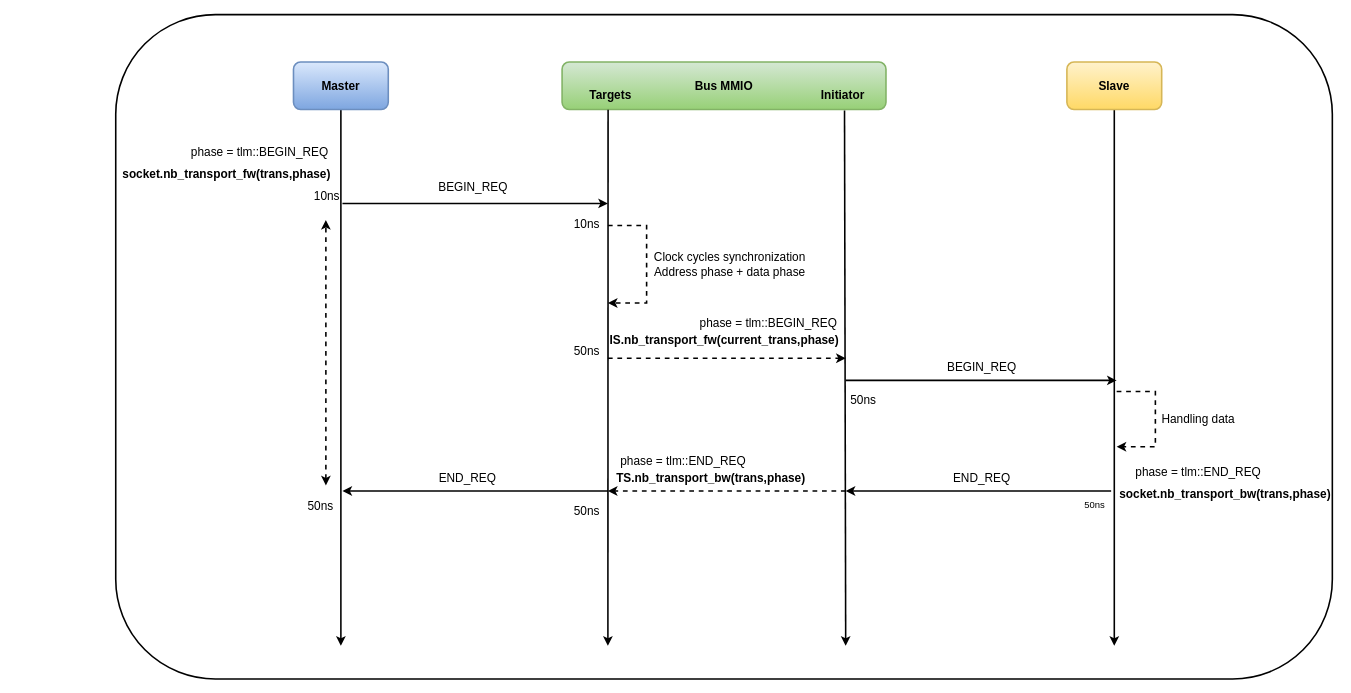
Before: page "BusMMIOAT2Phases" (2 of 7) of docs/OverviewDesign/SystemCDesign.drawio in Winxkin/SystemCDemo, a draw.io diagram. Source tidied: cells renumbered, new cells numbered last; positions are measured from the earlier drawing's top-left corner, leaving out a move shared by most shapes. Both pictures are drawn from the tidied source at 79%, with x=0, y=0 at pixel (115, 14).
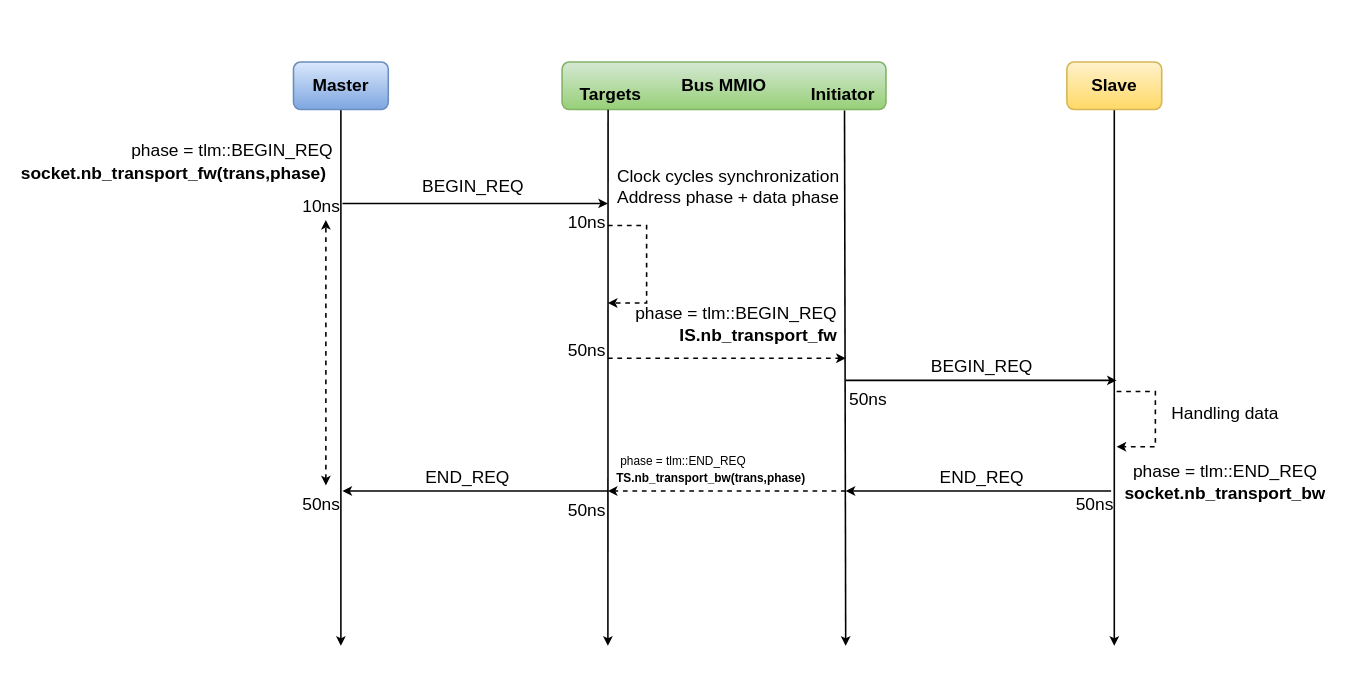
Above is the later version.

Commit message (it also covers changes not shown here):
update BUS MMIO Design specification document

The edit, as a diff of the source:
```diff
@@
-    <mxCell id="2" style="rounded=1;whiteSpace=wrap;html=1;strokeWidth=2;fillColor=default;" parent="1" vertex="1">
-      <mxGeometry width="1540" height="841" as="geometry" />
-    </mxCell>
@@
-    <mxCell id="4" value="&lt;b&gt;&lt;font style=&quot;font-size: 15px;&quot;&gt;Master&lt;/font&gt;&lt;/b&gt;" style="rounded=1;whiteSpace=wrap;html=1;fillColor=#dae8fc;gradientColor=#7ea6e0;strokeColor=#6c8ebf;strokeWidth=2;" parent="1" vertex="1">
+    <mxCell id="4" value="&lt;b&gt;&lt;font style=&quot;font-size: 22px;&quot;&gt;Master&lt;/font&gt;&lt;/b&gt;" style="rounded=1;whiteSpace=wrap;html=1;fillColor=#dae8fc;gradientColor=#7ea6e0;strokeColor=#6c8ebf;strokeWidth=2;" parent="1" vertex="1">
       <mxGeometry x="225" y="60" width="120" height="60" as="geometry" />
     </mxCell>
-    <mxCell id="5" value="&lt;b&gt;&lt;font style=&quot;font-size: 15px;&quot;&gt;Bus MMIO&lt;/font&gt;&lt;/b&gt;" style="rounded=1;whiteSpace=wrap;html=1;fillColor=#d5e8d4;strokeColor=#82b366;gradientColor=#97d077;strokeWidth=2;" parent="1" vertex="1">
+    <mxCell id="5" value="&lt;b&gt;&lt;font style=&quot;font-size: 22px;&quot;&gt;Bus MMIO&lt;/font&gt;&lt;/b&gt;" style="rounded=1;whiteSpace=wrap;html=1;fillColor=#d5e8d4;strokeColor=#82b366;gradientColor=#97d077;strokeWidth=2;" parent="1" vertex="1">
       <mxGeometry x="565" y="60" width="410" height="60" as="geometry" />
     </mxCell>
@@
-    <mxCell id="7" value="&lt;b&gt;&lt;font style=&quot;font-size: 15px;&quot;&gt;Slave&lt;/font&gt;&lt;/b&gt;" style="rounded=1;whiteSpace=wrap;html=1;fillColor=#fff2cc;gradientColor=#ffd966;strokeColor=#d6b656;strokeWidth=2;" parent="1" vertex="1">
+    <mxCell id="7" value="&lt;b&gt;&lt;font style=&quot;font-size: 22px;&quot;&gt;Slave&lt;/font&gt;&lt;/b&gt;" style="rounded=1;whiteSpace=wrap;html=1;fillColor=#fff2cc;gradientColor=#ffd966;strokeColor=#d6b656;strokeWidth=2;" parent="1" vertex="1">
       <mxGeometry x="1204" y="60" width="120" height="60" as="geometry" />
     </mxCell>
-    <mxCell id="8" value="&lt;b&gt;&lt;font style=&quot;font-size: 15px;&quot;&gt;Targets&lt;/font&gt;&lt;/b&gt;" style="text;html=1;align=center;verticalAlign=middle;strokeColor=none;fillColor=none;strokeWidth=2;" parent="1" vertex="1">
-      <mxGeometry x="591" y="83" width="70" height="35" as="geometry" />
+    <mxCell id="8" value="&lt;b&gt;&lt;font style=&quot;font-size: 22px;&quot;&gt;Targets&lt;/font&gt;&lt;/b&gt;" style="text;html=1;align=center;verticalAlign=middle;strokeColor=none;fillColor=none;strokeWidth=2;" parent="1" vertex="1">
+      <mxGeometry x="578" y="82" width="96" height="38" as="geometry" />
     </mxCell>
-    <mxCell id="9" value="&lt;b&gt;&lt;font style=&quot;font-size: 15px;&quot;&gt;Initiator&lt;/font&gt;&lt;/b&gt;" style="text;html=1;align=center;verticalAlign=middle;strokeColor=none;fillColor=none;strokeWidth=2;" parent="1" vertex="1">
-      <mxGeometry x="881" y="83" width="77" height="35" as="geometry" />
+    <mxCell id="9" value="&lt;b&gt;&lt;font style=&quot;font-size: 22px;&quot;&gt;Initiator&lt;/font&gt;&lt;/b&gt;" style="text;html=1;align=center;verticalAlign=middle;strokeColor=none;fillColor=none;strokeWidth=2;" parent="1" vertex="1">
+      <mxGeometry x="870" y="82" width="99" height="38" as="geometry" />
     </mxCell>
@@
-    <mxCell id="12" value="&lt;b&gt;&lt;font style=&quot;font-size: 15px;&quot;&gt;socket.nb_transport_fw(trans,phase)&lt;/font&gt;&lt;/b&gt;" style="text;html=1;align=center;verticalAlign=middle;strokeColor=none;fillColor=none;strokeWidth=2;" parent="1" vertex="1">
-      <mxGeometry x="-0.5" y="183" width="280" height="35" as="geometry" />
+    <mxCell id="12" value="&lt;b&gt;&lt;font style=&quot;font-size: 22px;&quot;&gt;socket.nb_transport_fw(trans,phase)&lt;/font&gt;&lt;/b&gt;" style="text;html=1;align=center;verticalAlign=middle;strokeColor=none;fillColor=none;strokeWidth=2;" parent="1" vertex="1">
+      <mxGeometry x="-129" y="182" width="404" height="38" as="geometry" />
     </mxCell>
-    <mxCell id="13" value="&lt;font style=&quot;font-size: 15px;&quot;&gt;phase = tlm::BEGIN_REQ&lt;/font&gt;" style="text;html=1;align=center;verticalAlign=middle;strokeColor=none;fillColor=none;strokeWidth=2;" parent="1" vertex="1">
-      <mxGeometry x="84" y="155" width="196" height="35" as="geometry" />
+    <mxCell id="13" value="&lt;font style=&quot;font-size: 22px;&quot;&gt;phase = tlm::BEGIN_REQ&lt;/font&gt;" style="text;html=1;align=center;verticalAlign=middle;strokeColor=none;fillColor=none;strokeWidth=2;" parent="1" vertex="1">
+      <mxGeometry x="10.5" y="153" width="273" height="38" as="geometry" />
     </mxCell>
@@
-    <mxCell id="15" value="&lt;font style=&quot;font-size: 15px;&quot;&gt;BEGIN_REQ&lt;/font&gt;" style="text;html=1;align=center;verticalAlign=middle;strokeColor=none;fillColor=none;strokeWidth=2;" parent="1" vertex="1">
-      <mxGeometry x="399" y="200" width="105" height="35" as="geometry" />
+    <mxCell id="15" value="&lt;font style=&quot;font-size: 22px;&quot;&gt;BEGIN_REQ&lt;/font&gt;" style="text;html=1;align=center;verticalAlign=middle;strokeColor=none;fillColor=none;strokeWidth=2;" parent="1" vertex="1">
+      <mxGeometry x="379" y="199" width="146" height="38" as="geometry" />
     </mxCell>
@@
-    <mxCell id="17" value="&lt;font style=&quot;font-size: 15px;&quot;&gt;Clock cycles synchronization&lt;/font&gt;&lt;div style=&quot;font-size: 15px;&quot;&gt;&lt;font style=&quot;font-size: 15px;&quot;&gt;Address phase + data phase&lt;/font&gt;&lt;/div&gt;" style="text;html=1;align=center;verticalAlign=middle;strokeColor=none;fillColor=none;strokeWidth=2;" parent="1" vertex="1">
-      <mxGeometry x="672" y="288" width="210" height="56" as="geometry" />
+    <mxCell id="17" value="&lt;font style=&quot;font-size: 22px;&quot;&gt;Clock cycles synchronization&lt;/font&gt;&lt;div style=&quot;font-size: 22px;&quot;&gt;&lt;font style=&quot;font-size: 22px;&quot;&gt;Address phase + data phase&lt;/font&gt;&lt;/div&gt;" style="text;html=1;align=center;verticalAlign=middle;strokeColor=none;fillColor=none;strokeWidth=2;" parent="1" vertex="1">
+      <mxGeometry x="625" y="185.5" width="299" height="65" as="geometry" />
     </mxCell>
@@
-    <mxCell id="19" value="&lt;b&gt;&lt;font style=&quot;font-size: 15px;&quot;&gt;IS.nb_transport_fw(current_trans,phase)&lt;/font&gt;&lt;/b&gt;" style="text;html=1;align=center;verticalAlign=middle;strokeColor=none;fillColor=none;strokeWidth=2;" parent="1" vertex="1">
-      <mxGeometry x="616" y="393" width="308" height="35" as="geometry" />
+    <mxCell id="19" value="&lt;b&gt;&lt;font style=&quot;font-size: 22px;&quot;&gt;IS.nb_transport_fw&lt;/font&gt;&lt;/b&gt;" style="text;html=1;align=center;verticalAlign=middle;strokeColor=none;fillColor=none;strokeWidth=2;" parent="1" vertex="1">
+      <mxGeometry x="704" y="386" width="217" height="42" as="geometry" />
     </mxCell>
-    <mxCell id="20" value="&lt;font style=&quot;font-size: 15px;&quot;&gt;phase = tlm::BEGIN_REQ&lt;/font&gt;" style="text;html=1;align=center;verticalAlign=middle;strokeColor=none;fillColor=none;strokeWidth=2;" parent="1" vertex="1">
-      <mxGeometry x="728" y="372" width="196" height="35" as="geometry" />
+    <mxCell id="20" value="&lt;font style=&quot;font-size: 22px;&quot;&gt;phase = tlm::BEGIN_REQ&lt;/font&gt;" style="text;html=1;align=center;verticalAlign=middle;strokeColor=none;fillColor=none;strokeWidth=2;" parent="1" vertex="1">
+      <mxGeometry x="648" y="358" width="273" height="42" as="geometry" />
     </mxCell>
@@
-    <mxCell id="22" value="&lt;font style=&quot;font-size: 15px;&quot;&gt;BEGIN_REQ&lt;/font&gt;" style="text;html=1;align=center;verticalAlign=middle;strokeColor=none;fillColor=none;strokeWidth=2;" parent="1" vertex="1">
-      <mxGeometry x="1043" y="428" width="105" height="35" as="geometry" />
+    <mxCell id="22" value="&lt;font style=&quot;font-size: 22px;&quot;&gt;BEGIN_REQ&lt;/font&gt;" style="text;html=1;align=center;verticalAlign=middle;strokeColor=none;fillColor=none;strokeWidth=2;" parent="1" vertex="1">
+      <mxGeometry x="1022" y="425" width="147" height="42" as="geometry" />
     </mxCell>
@@
-    <mxCell id="24" value="&lt;font style=&quot;font-size: 15px;&quot;&gt;Handling data&lt;/font&gt;" style="text;html=1;align=center;verticalAlign=middle;strokeColor=none;fillColor=none;strokeWidth=2;" parent="1" vertex="1">
-      <mxGeometry x="1314" y="494" width="112" height="35" as="geometry" />
+    <mxCell id="24" value="&lt;font style=&quot;font-size: 22px;&quot;&gt;Handling data&lt;/font&gt;" style="text;html=1;align=center;verticalAlign=middle;strokeColor=none;fillColor=none;strokeWidth=2;" parent="1" vertex="1">
+      <mxGeometry x="1326.5" y="484" width="154" height="42" as="geometry" />
     </mxCell>
@@
-    <mxCell id="26" value="&lt;b&gt;&lt;font style=&quot;font-size: 15px;&quot;&gt;socket.nb_transport_bw(trans,phase)&lt;/font&gt;&lt;/b&gt;" style="text;html=1;align=center;verticalAlign=middle;strokeColor=none;fillColor=none;strokeWidth=2;" parent="1" vertex="1">
-      <mxGeometry x="1260" y="589" width="287" height="35" as="geometry" />
+    <mxCell id="26" value="&lt;b&gt;&lt;font style=&quot;font-size: 22px;&quot;&gt;socket.nb_transport_bw&lt;/font&gt;&lt;/b&gt;" style="text;html=1;align=center;verticalAlign=middle;strokeColor=none;fillColor=none;strokeWidth=2;" parent="1" vertex="1">
+      <mxGeometry x="1267" y="586" width="273" height="42" as="geometry" />
     </mxCell>
-    <mxCell id="27" value="&lt;font style=&quot;font-size: 15px;&quot;&gt;phase = tlm::END_REQ&lt;/font&gt;" style="text;html=1;align=center;verticalAlign=middle;strokeColor=none;fillColor=none;strokeWidth=2;" parent="1" vertex="1">
-      <mxGeometry x="1282" y="561" width="175" height="35" as="geometry" />
+    <mxCell id="27" value="&lt;font style=&quot;font-size: 22px;&quot;&gt;phase = tlm::END_REQ&lt;/font&gt;" style="text;html=1;align=center;verticalAlign=middle;strokeColor=none;fillColor=none;strokeWidth=2;" parent="1" vertex="1">
+      <mxGeometry x="1277.5" y="558" width="252" height="42" as="geometry" />
     </mxCell>
-    <mxCell id="28" value="&lt;font style=&quot;font-size: 15px;&quot;&gt;END_REQ&lt;/font&gt;" style="text;html=1;align=center;verticalAlign=middle;strokeColor=none;fillColor=none;strokeWidth=2;" parent="1" vertex="1">
-      <mxGeometry x="1050" y="568" width="91" height="35" as="geometry" />
+    <mxCell id="28" value="&lt;font style=&quot;font-size: 22px;&quot;&gt;END_REQ&lt;/font&gt;" style="text;html=1;align=center;verticalAlign=middle;strokeColor=none;fillColor=none;strokeWidth=2;" parent="1" vertex="1">
+      <mxGeometry x="1033" y="565" width="126" height="42" as="geometry" />
     </mxCell>
@@
-    <mxCell id="33" value="&lt;font style=&quot;font-size: 15px;&quot;&gt;END_REQ&lt;/font&gt;" style="text;html=1;align=center;verticalAlign=middle;strokeColor=none;fillColor=none;strokeWidth=2;" parent="1" vertex="1">
-      <mxGeometry x="399" y="568" width="91" height="35" as="geometry" />
+    <mxCell id="33" value="&lt;font style=&quot;font-size: 22px;&quot;&gt;END_REQ&lt;/font&gt;" style="text;html=1;align=center;verticalAlign=middle;strokeColor=none;fillColor=none;strokeWidth=2;" parent="1" vertex="1">
+      <mxGeometry x="383" y="567" width="124" height="38" as="geometry" />
     </mxCell>
-    <mxCell id="34" value="&lt;font style=&quot;font-size: 15px;&quot;&gt;10ns&lt;/font&gt;" style="text;html=1;align=center;verticalAlign=middle;strokeColor=none;fillColor=none;strokeWidth=2;" parent="1" vertex="1">
-      <mxGeometry x="242" y="211" width="49" height="35" as="geometry" />
+    <mxCell id="34" value="&lt;font style=&quot;font-size: 22px;&quot;&gt;10ns&lt;/font&gt;" style="text;html=1;align=center;verticalAlign=middle;strokeColor=none;fillColor=none;strokeWidth=2;" parent="1" vertex="1">
+      <mxGeometry x="226.5" y="224" width="66" height="38" as="geometry" />
     </mxCell>
-    <mxCell id="35" value="&lt;font style=&quot;font-size: 15px;&quot;&gt;10ns&lt;/font&gt;" style="text;html=1;align=center;verticalAlign=middle;strokeColor=none;fillColor=none;strokeWidth=2;" parent="1" vertex="1">
-      <mxGeometry x="571" y="246" width="49" height="35" as="geometry" />
+    <mxCell id="35" value="&lt;font style=&quot;font-size: 22px;&quot;&gt;10ns&lt;/font&gt;" style="text;html=1;align=center;verticalAlign=middle;strokeColor=none;fillColor=none;strokeWidth=2;" parent="1" vertex="1">
+      <mxGeometry x="563" y="245" width="66" height="38" as="geometry" />
     </mxCell>
-    <mxCell id="36" value="&lt;font style=&quot;font-size: 15px;&quot;&gt;50ns&lt;/font&gt;" style="text;html=1;align=center;verticalAlign=middle;strokeColor=none;fillColor=none;strokeWidth=2;" parent="1" vertex="1">
-      <mxGeometry x="571" y="407" width="49" height="35" as="geometry" />
+    <mxCell id="36" value="&lt;font style=&quot;font-size: 22px;&quot;&gt;50ns&lt;/font&gt;" style="text;html=1;align=center;verticalAlign=middle;strokeColor=none;fillColor=none;strokeWidth=2;" parent="1" vertex="1">
+      <mxGeometry x="563" y="406" width="66" height="38" as="geometry" />
     </mxCell>
-    <mxCell id="37" value="&lt;font style=&quot;font-size: 15px;&quot;&gt;50ns&lt;/font&gt;" style="text;html=1;align=center;verticalAlign=middle;strokeColor=none;fillColor=none;strokeWidth=2;" parent="1" vertex="1">
-      <mxGeometry x="921" y="470" width="49" height="35" as="geometry" />
+    <mxCell id="37" value="&lt;font style=&quot;font-size: 22px;&quot;&gt;50ns&lt;/font&gt;" style="text;html=1;align=center;verticalAlign=middle;strokeColor=none;fillColor=none;strokeWidth=2;" parent="1" vertex="1">
+      <mxGeometry x="917" y="467" width="70" height="42" as="geometry" />
     </mxCell>
-    <mxCell id="38" value="50ns" style="text;html=1;align=center;verticalAlign=middle;strokeColor=none;fillColor=none;strokeWidth=2;" parent="1" vertex="1">
-      <mxGeometry x="1218" y="603" width="42" height="35" as="geometry" />
+    <mxCell id="38" value="&lt;font style=&quot;font-size: 22px;&quot;&gt;50ns&lt;/font&gt;" style="text;html=1;align=center;verticalAlign=middle;strokeColor=none;fillColor=none;strokeWidth=2;" parent="1" vertex="1">
+      <mxGeometry x="1204" y="600" width="70" height="42" as="geometry" />
     </mxCell>
-    <mxCell id="39" value="&lt;font style=&quot;font-size: 15px;&quot;&gt;50ns&lt;/font&gt;" style="text;html=1;align=center;verticalAlign=middle;strokeColor=none;fillColor=none;strokeWidth=2;" parent="1" vertex="1">
-      <mxGeometry x="571" y="610" width="49" height="35" as="geometry" />
+    <mxCell id="39" value="&lt;font style=&quot;font-size: 22px;&quot;&gt;50ns&lt;/font&gt;" style="text;html=1;align=center;verticalAlign=middle;strokeColor=none;fillColor=none;strokeWidth=2;" parent="1" vertex="1">
+      <mxGeometry x="563" y="609" width="66" height="38" as="geometry" />
     </mxCell>
-    <mxCell id="40" value="&lt;font style=&quot;font-size: 15px;&quot;&gt;50ns&lt;/font&gt;" style="text;html=1;align=center;verticalAlign=middle;strokeColor=none;fillColor=none;strokeWidth=2;" parent="1" vertex="1">
-      <mxGeometry x="234.5" y="603" width="49" height="35" as="geometry" />
+    <mxCell id="40" value="&lt;font style=&quot;font-size: 22px;&quot;&gt;50ns&lt;/font&gt;" style="text;html=1;align=center;verticalAlign=middle;strokeColor=none;fillColor=none;strokeWidth=2;" parent="1" vertex="1">
+      <mxGeometry x="226.5" y="602" width="66" height="38" as="geometry" />
     </mxCell>
```
